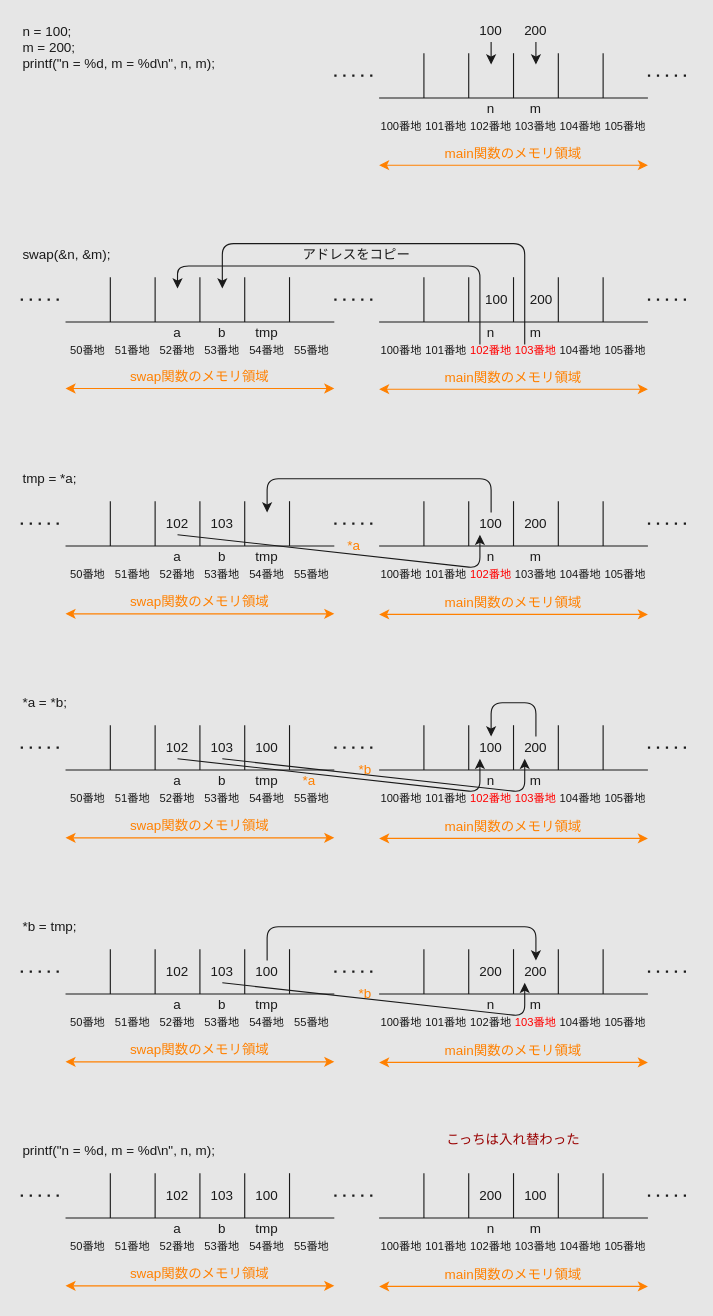
This is page "swap ref" (5 of 5) of src/pointer/index.drawio from tuatmcc/ClangWorkShop, a draw.io file, before an edit. Source tidied: cells renumbered, new cells numbered last; positions are measured from the earlier drawing's top-left corner, leaving out a move shared by most shapes. Both pictures are drawn from the tidied source at 112%, with x=0, y=0 at pixel (20, 19).
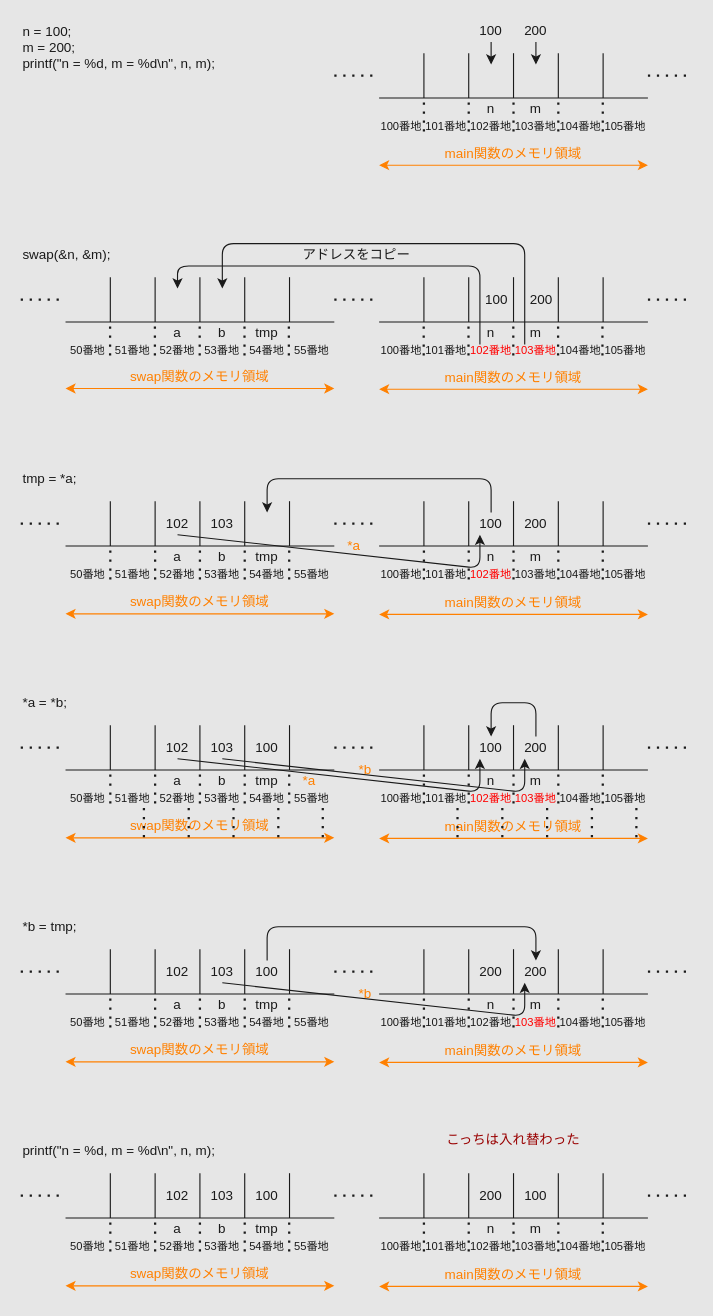
The same diagram, later.

Change to the diagram source:
```diff
@@
+    <mxCell id="246" style="endArrow=none;dashed=1;html=1;dashPattern=1 3;strokeWidth=2;strokeColor=#1A1A1A;fontColor=#FF0000;" parent="1" edge="1">
+      <mxGeometry relative="1" as="geometry">
+        <mxPoint x="360" y="700" as="sourcePoint" />
+        <mxPoint x="360" y="670" as="targetPoint" />
+      </mxGeometry>
+    </mxCell>
+    <mxCell id="247" style="endArrow=none;dashed=1;html=1;dashPattern=1 3;strokeWidth=2;strokeColor=#1A1A1A;fontColor=#FF0000;" parent="1" edge="1">
+      <mxGeometry relative="1" as="geometry">
+        <mxPoint x="400" y="700" as="sourcePoint" />
+        <mxPoint x="400" y="670" as="targetPoint" />
+      </mxGeometry>
+    </mxCell>
+    <mxCell id="248" style="endArrow=none;dashed=1;html=1;dashPattern=1 3;strokeWidth=2;strokeColor=#1A1A1A;fontColor=#FF0000;" parent="1" edge="1">
+      <mxGeometry relative="1" as="geometry">
+        <mxPoint x="440" y="700" as="sourcePoint" />
+        <mxPoint x="440" y="670" as="targetPoint" />
+      </mxGeometry>
+    </mxCell>
+    <mxCell id="249" style="endArrow=none;dashed=1;html=1;dashPattern=1 3;strokeWidth=2;strokeColor=#1A1A1A;fontColor=#FF0000;" parent="1" edge="1">
+      <mxGeometry relative="1" as="geometry">
+        <mxPoint x="480" y="700" as="sourcePoint" />
+        <mxPoint x="480" y="670" as="targetPoint" />
+      </mxGeometry>
+    </mxCell>
+    <mxCell id="250" style="endArrow=none;dashed=1;html=1;dashPattern=1 3;strokeWidth=2;strokeColor=#1A1A1A;fontColor=#FF0000;" parent="1" edge="1">
+      <mxGeometry relative="1" as="geometry">
+        <mxPoint x="519.7" y="700" as="sourcePoint" />
+        <mxPoint x="519.7" y="670" as="targetPoint" />
+      </mxGeometry>
+    </mxCell>
+    <mxCell id="251" style="endArrow=none;dashed=1;html=1;dashPattern=1 3;strokeWidth=2;strokeColor=#1A1A1A;fontColor=#FF0000;" parent="1" edge="1">
+      <mxGeometry relative="1" as="geometry">
+        <mxPoint x="80" y="700" as="sourcePoint" />
+        <mxPoint x="80" y="670" as="targetPoint" />
+      </mxGeometry>
+    </mxCell>
+    <mxCell id="252" style="endArrow=none;dashed=1;html=1;dashPattern=1 3;strokeWidth=2;strokeColor=#1A1A1A;fontColor=#FF0000;" parent="1" edge="1">
+      <mxGeometry relative="1" as="geometry">
+        <mxPoint x="120" y="700" as="sourcePoint" />
+        <mxPoint x="120" y="670" as="targetPoint" />
+      </mxGeometry>
+    </mxCell>
+    <mxCell id="253" style="endArrow=none;dashed=1;html=1;dashPattern=1 3;strokeWidth=2;strokeColor=#1A1A1A;fontColor=#FF0000;" parent="1" edge="1">
+      <mxGeometry relative="1" as="geometry">
+        <mxPoint x="160" y="700" as="sourcePoint" />
+        <mxPoint x="160" y="670" as="targetPoint" />
+      </mxGeometry>
+    </mxCell>
+    <mxCell id="254" style="endArrow=none;dashed=1;html=1;dashPattern=1 3;strokeWidth=2;strokeColor=#1A1A1A;fontColor=#FF0000;" parent="1" edge="1">
+      <mxGeometry relative="1" as="geometry">
+        <mxPoint x="200" y="700" as="sourcePoint" />
+        <mxPoint x="200" y="670" as="targetPoint" />
+      </mxGeometry>
+    </mxCell>
+    <mxCell id="255" style="endArrow=none;dashed=1;html=1;dashPattern=1 3;strokeWidth=2;strokeColor=#1A1A1A;fontColor=#FF0000;" parent="1" edge="1">
+      <mxGeometry relative="1" as="geometry">
+        <mxPoint x="239.7" y="700" as="sourcePoint" />
+        <mxPoint x="239.7" y="670" as="targetPoint" />
+      </mxGeometry>
+    </mxCell>
+    <mxCell id="256" style="endArrow=none;dashed=1;html=1;dashPattern=1 3;strokeWidth=2;strokeColor=#1A1A1A;fontColor=#FF0000;" parent="1" edge="1">
+      <mxGeometry relative="1" as="geometry">
+        <mxPoint x="360" y="900" as="sourcePoint" />
+        <mxPoint x="360" y="870" as="targetPoint" />
+      </mxGeometry>
+    </mxCell>
+    <mxCell id="257" style="endArrow=none;dashed=1;html=1;dashPattern=1 3;strokeWidth=2;strokeColor=#1A1A1A;fontColor=#FF0000;" parent="1" edge="1">
+      <mxGeometry relative="1" as="geometry">
+        <mxPoint x="400" y="900" as="sourcePoint" />
+        <mxPoint x="400" y="870" as="targetPoint" />
+      </mxGeometry>
+    </mxCell>
+    <mxCell id="258" style="endArrow=none;dashed=1;html=1;dashPattern=1 3;strokeWidth=2;strokeColor=#1A1A1A;fontColor=#FF0000;" parent="1" edge="1">
+      <mxGeometry relative="1" as="geometry">
+        <mxPoint x="440" y="900" as="sourcePoint" />
+        <mxPoint x="440" y="870" as="targetPoint" />
+      </mxGeometry>
+    </mxCell>
+    <mxCell id="259" style="endArrow=none;dashed=1;html=1;dashPattern=1 3;strokeWidth=2;strokeColor=#1A1A1A;fontColor=#FF0000;" parent="1" edge="1">
+      <mxGeometry relative="1" as="geometry">
+        <mxPoint x="480" y="900" as="sourcePoint" />
+        <mxPoint x="480" y="870" as="targetPoint" />
+      </mxGeometry>
+    </mxCell>
+    <mxCell id="260" style="endArrow=none;dashed=1;html=1;dashPattern=1 3;strokeWidth=2;strokeColor=#1A1A1A;fontColor=#FF0000;" parent="1" edge="1">
+      <mxGeometry relative="1" as="geometry">
+        <mxPoint x="519.7" y="900" as="sourcePoint" />
+        <mxPoint x="519.7" y="870" as="targetPoint" />
+      </mxGeometry>
+    </mxCell>
+    <mxCell id="261" style="endArrow=none;dashed=1;html=1;dashPattern=1 3;strokeWidth=2;strokeColor=#1A1A1A;fontColor=#FF0000;" parent="1" edge="1">
+      <mxGeometry relative="1" as="geometry">
+        <mxPoint x="80" y="900" as="sourcePoint" />
+        <mxPoint x="80" y="870" as="targetPoint" />
+      </mxGeometry>
+    </mxCell>
+    <mxCell id="262" style="endArrow=none;dashed=1;html=1;dashPattern=1 3;strokeWidth=2;strokeColor=#1A1A1A;fontColor=#FF0000;" parent="1" edge="1">
+      <mxGeometry relative="1" as="geometry">
+        <mxPoint x="120" y="900" as="sourcePoint" />
+        <mxPoint x="120" y="870" as="targetPoint" />
+      </mxGeometry>
+    </mxCell>
+    <mxCell id="263" style="endArrow=none;dashed=1;html=1;dashPattern=1 3;strokeWidth=2;strokeColor=#1A1A1A;fontColor=#FF0000;" parent="1" edge="1">
+      <mxGeometry relative="1" as="geometry">
+        <mxPoint x="160" y="900" as="sourcePoint" />
+        <mxPoint x="160" y="870" as="targetPoint" />
+      </mxGeometry>
+    </mxCell>
+    <mxCell id="264" style="endArrow=none;dashed=1;html=1;dashPattern=1 3;strokeWidth=2;strokeColor=#1A1A1A;fontColor=#FF0000;" parent="1" edge="1">
+      <mxGeometry relative="1" as="geometry">
+        <mxPoint x="200" y="900" as="sourcePoint" />
+        <mxPoint x="200" y="870" as="targetPoint" />
+      </mxGeometry>
+    </mxCell>
+    <mxCell id="265" style="endArrow=none;dashed=1;html=1;dashPattern=1 3;strokeWidth=2;strokeColor=#1A1A1A;fontColor=#FF0000;" parent="1" edge="1">
+      <mxGeometry relative="1" as="geometry">
+        <mxPoint x="239.7" y="900" as="sourcePoint" />
+        <mxPoint x="239.7" y="870" as="targetPoint" />
+      </mxGeometry>
+    </mxCell>
+    <mxCell id="266" style="endArrow=none;dashed=1;html=1;dashPattern=1 3;strokeWidth=2;strokeColor=#1A1A1A;fontColor=#FF0000;" parent="1" edge="1">
+      <mxGeometry relative="1" as="geometry">
+        <mxPoint x="360" y="1100" as="sourcePoint" />
+        <mxPoint x="360" y="1070" as="targetPoint" />
+      </mxGeometry>
+    </mxCell>
+    <mxCell id="267" style="endArrow=none;dashed=1;html=1;dashPattern=1 3;strokeWidth=2;strokeColor=#1A1A1A;fontColor=#FF0000;" parent="1" edge="1">
+      <mxGeometry relative="1" as="geometry">
+        <mxPoint x="400" y="1100" as="sourcePoint" />
+        <mxPoint x="400" y="1070" as="targetPoint" />
+      </mxGeometry>
+    </mxCell>
+    <mxCell id="268" style="endArrow=none;dashed=1;html=1;dashPattern=1 3;strokeWidth=2;strokeColor=#1A1A1A;fontColor=#FF0000;" parent="1" edge="1">
+      <mxGeometry relative="1" as="geometry">
+        <mxPoint x="440" y="1100" as="sourcePoint" />
+        <mxPoint x="440" y="1070" as="targetPoint" />
+      </mxGeometry>
+    </mxCell>
+    <mxCell id="269" style="endArrow=none;dashed=1;html=1;dashPattern=1 3;strokeWidth=2;strokeColor=#1A1A1A;fontColor=#FF0000;" parent="1" edge="1">
+      <mxGeometry relative="1" as="geometry">
+        <mxPoint x="480" y="1100" as="sourcePoint" />
+        <mxPoint x="480" y="1070" as="targetPoint" />
+      </mxGeometry>
+    </mxCell>
+    <mxCell id="270" style="endArrow=none;dashed=1;html=1;dashPattern=1 3;strokeWidth=2;strokeColor=#1A1A1A;fontColor=#FF0000;" parent="1" edge="1">
+      <mxGeometry relative="1" as="geometry">
+        <mxPoint x="519.7" y="1100" as="sourcePoint" />
+        <mxPoint x="519.7" y="1070" as="targetPoint" />
+      </mxGeometry>
+    </mxCell>
+    <mxCell id="271" style="endArrow=none;dashed=1;html=1;dashPattern=1 3;strokeWidth=2;strokeColor=#1A1A1A;fontColor=#FF0000;" parent="1" edge="1">
+      <mxGeometry relative="1" as="geometry">
+        <mxPoint x="80" y="1100" as="sourcePoint" />
+        <mxPoint x="80" y="1070" as="targetPoint" />
+      </mxGeometry>
+    </mxCell>
+    <mxCell id="272" style="endArrow=none;dashed=1;html=1;dashPattern=1 3;strokeWidth=2;strokeColor=#1A1A1A;fontColor=#FF0000;" parent="1" edge="1">
+      <mxGeometry relative="1" as="geometry">
+        <mxPoint x="120" y="1100" as="sourcePoint" />
+        <mxPoint x="120" y="1070" as="targetPoint" />
+      </mxGeometry>
+    </mxCell>
+    <mxCell id="273" style="endArrow=none;dashed=1;html=1;dashPattern=1 3;strokeWidth=2;strokeColor=#1A1A1A;fontColor=#FF0000;" parent="1" edge="1">
+      <mxGeometry relative="1" as="geometry">
+        <mxPoint x="160" y="1100" as="sourcePoint" />
+        <mxPoint x="160" y="1070" as="targetPoint" />
+      </mxGeometry>
+    </mxCell>
+    <mxCell id="274" style="endArrow=none;dashed=1;html=1;dashPattern=1 3;strokeWidth=2;strokeColor=#1A1A1A;fontColor=#FF0000;" parent="1" edge="1">
+      <mxGeometry relative="1" as="geometry">
+        <mxPoint x="200" y="1100" as="sourcePoint" />
+        <mxPoint x="200" y="1070" as="targetPoint" />
+      </mxGeometry>
+    </mxCell>
+    <mxCell id="275" style="endArrow=none;dashed=1;html=1;dashPattern=1 3;strokeWidth=2;strokeColor=#1A1A1A;fontColor=#FF0000;" parent="1" edge="1">
+      <mxGeometry relative="1" as="geometry">
+        <mxPoint x="239.7" y="1100" as="sourcePoint" />
+        <mxPoint x="239.7" y="1070" as="targetPoint" />
+      </mxGeometry>
+    </mxCell>
+    <mxCell id="276" style="endArrow=none;dashed=1;html=1;dashPattern=1 3;strokeWidth=2;strokeColor=#1A1A1A;fontColor=#FF0000;" parent="1" edge="1">
+      <mxGeometry relative="1" as="geometry">
+        <mxPoint x="390" y="730" as="sourcePoint" />
+        <mxPoint x="390" y="700" as="targetPoint" />
+      </mxGeometry>
+    </mxCell>
+    <mxCell id="277" style="endArrow=none;dashed=1;html=1;dashPattern=1 3;strokeWidth=2;strokeColor=#1A1A1A;fontColor=#FF0000;" parent="1" edge="1">
+      <mxGeometry relative="1" as="geometry">
+        <mxPoint x="430" y="730" as="sourcePoint" />
+        <mxPoint x="430" y="700" as="targetPoint" />
+      </mxGeometry>
+    </mxCell>
+    <mxCell id="278" style="endArrow=none;dashed=1;html=1;dashPattern=1 3;strokeWidth=2;strokeColor=#1A1A1A;fontColor=#FF0000;" parent="1" edge="1">
+      <mxGeometry relative="1" as="geometry">
+        <mxPoint x="470" y="730" as="sourcePoint" />
+        <mxPoint x="470" y="700" as="targetPoint" />
+      </mxGeometry>
+    </mxCell>
+    <mxCell id="279" style="endArrow=none;dashed=1;html=1;dashPattern=1 3;strokeWidth=2;strokeColor=#1A1A1A;fontColor=#FF0000;" parent="1" edge="1">
+      <mxGeometry relative="1" as="geometry">
+        <mxPoint x="510" y="730" as="sourcePoint" />
+        <mxPoint x="510" y="700" as="targetPoint" />
+      </mxGeometry>
+    </mxCell>
+    <mxCell id="280" style="endArrow=none;dashed=1;html=1;dashPattern=1 3;strokeWidth=2;strokeColor=#1A1A1A;fontColor=#FF0000;" parent="1" edge="1">
+      <mxGeometry relative="1" as="geometry">
+        <mxPoint x="549.7" y="730" as="sourcePoint" />
+        <mxPoint x="549.7" y="700" as="targetPoint" />
+      </mxGeometry>
+    </mxCell>
+    <mxCell id="281" style="endArrow=none;dashed=1;html=1;dashPattern=1 3;strokeWidth=2;strokeColor=#1A1A1A;fontColor=#FF0000;" parent="1" edge="1">
+      <mxGeometry relative="1" as="geometry">
+        <mxPoint x="110" y="730" as="sourcePoint" />
+        <mxPoint x="110" y="700" as="targetPoint" />
+      </mxGeometry>
+    </mxCell>
+    <mxCell id="282" style="endArrow=none;dashed=1;html=1;dashPattern=1 3;strokeWidth=2;strokeColor=#1A1A1A;fontColor=#FF0000;" parent="1" edge="1">
+      <mxGeometry relative="1" as="geometry">
+        <mxPoint x="150" y="730" as="sourcePoint" />
+        <mxPoint x="150" y="700" as="targetPoint" />
+      </mxGeometry>
+    </mxCell>
+    <mxCell id="283" style="endArrow=none;dashed=1;html=1;dashPattern=1 3;strokeWidth=2;strokeColor=#1A1A1A;fontColor=#FF0000;" parent="1" edge="1">
+      <mxGeometry relative="1" as="geometry">
+        <mxPoint x="190" y="730" as="sourcePoint" />
+        <mxPoint x="190" y="700" as="targetPoint" />
+      </mxGeometry>
+    </mxCell>
+    <mxCell id="284" style="endArrow=none;dashed=1;html=1;dashPattern=1 3;strokeWidth=2;strokeColor=#1A1A1A;fontColor=#FF0000;" parent="1" edge="1">
+      <mxGeometry relative="1" as="geometry">
+        <mxPoint x="230" y="730" as="sourcePoint" />
+        <mxPoint x="230" y="700" as="targetPoint" />
+      </mxGeometry>
+    </mxCell>
+    <mxCell id="285" style="endArrow=none;dashed=1;html=1;dashPattern=1 3;strokeWidth=2;strokeColor=#1A1A1A;fontColor=#FF0000;" parent="1" edge="1">
+      <mxGeometry relative="1" as="geometry">
+        <mxPoint x="269.7" y="730" as="sourcePoint" />
+        <mxPoint x="269.7" y="700" as="targetPoint" />
+      </mxGeometry>
+    </mxCell>
+    <mxCell id="286" style="endArrow=none;dashed=1;html=1;dashPattern=1 3;strokeWidth=2;strokeColor=#1A1A1A;fontColor=#FF0000;" parent="1" edge="1">
+      <mxGeometry relative="1" as="geometry">
+        <mxPoint x="360" y="500" as="sourcePoint" />
+        <mxPoint x="360" y="470" as="targetPoint" />
+      </mxGeometry>
+    </mxCell>
+    <mxCell id="287" style="endArrow=none;dashed=1;html=1;dashPattern=1 3;strokeWidth=2;strokeColor=#1A1A1A;fontColor=#FF0000;" parent="1" edge="1">
+      <mxGeometry relative="1" as="geometry">
+        <mxPoint x="400" y="500" as="sourcePoint" />
+        <mxPoint x="400" y="470" as="targetPoint" />
+      </mxGeometry>
+    </mxCell>
+    <mxCell id="288" style="endArrow=none;dashed=1;html=1;dashPattern=1 3;strokeWidth=2;strokeColor=#1A1A1A;fontColor=#FF0000;" parent="1" edge="1">
+      <mxGeometry relative="1" as="geometry">
+        <mxPoint x="440" y="500" as="sourcePoint" />
+        <mxPoint x="440" y="470" as="targetPoint" />
+      </mxGeometry>
+    </mxCell>
+    <mxCell id="289" style="endArrow=none;dashed=1;html=1;dashPattern=1 3;strokeWidth=2;strokeColor=#1A1A1A;fontColor=#FF0000;" parent="1" edge="1">
+      <mxGeometry relative="1" as="geometry">
+        <mxPoint x="480" y="500" as="sourcePoint" />
+        <mxPoint x="480" y="470" as="targetPoint" />
+      </mxGeometry>
+    </mxCell>
+    <mxCell id="290" style="endArrow=none;dashed=1;html=1;dashPattern=1 3;strokeWidth=2;strokeColor=#1A1A1A;fontColor=#FF0000;" parent="1" edge="1">
+      <mxGeometry relative="1" as="geometry">
+        <mxPoint x="519.7" y="500" as="sourcePoint" />
+        <mxPoint x="519.7" y="470" as="targetPoint" />
+      </mxGeometry>
+    </mxCell>
+    <mxCell id="291" style="endArrow=none;dashed=1;html=1;dashPattern=1 3;strokeWidth=2;strokeColor=#1A1A1A;fontColor=#FF0000;" parent="1" edge="1">
+      <mxGeometry relative="1" as="geometry">
+        <mxPoint x="80" y="500" as="sourcePoint" />
+        <mxPoint x="80" y="470" as="targetPoint" />
+      </mxGeometry>
+    </mxCell>
+    <mxCell id="292" style="endArrow=none;dashed=1;html=1;dashPattern=1 3;strokeWidth=2;strokeColor=#1A1A1A;fontColor=#FF0000;" parent="1" edge="1">
+      <mxGeometry relative="1" as="geometry">
+        <mxPoint x="120" y="500" as="sourcePoint" />
+        <mxPoint x="120" y="470" as="targetPoint" />
+      </mxGeometry>
+    </mxCell>
+    <mxCell id="293" style="endArrow=none;dashed=1;html=1;dashPattern=1 3;strokeWidth=2;strokeColor=#1A1A1A;fontColor=#FF0000;" parent="1" edge="1">
+      <mxGeometry relative="1" as="geometry">
+        <mxPoint x="160" y="500" as="sourcePoint" />
+        <mxPoint x="160" y="470" as="targetPoint" />
+      </mxGeometry>
+    </mxCell>
+    <mxCell id="294" style="endArrow=none;dashed=1;html=1;dashPattern=1 3;strokeWidth=2;strokeColor=#1A1A1A;fontColor=#FF0000;" parent="1" edge="1">
+      <mxGeometry relative="1" as="geometry">
+        <mxPoint x="200" y="500" as="sourcePoint" />
+        <mxPoint x="200" y="470" as="targetPoint" />
+      </mxGeometry>
+    </mxCell>
+    <mxCell id="295" style="endArrow=none;dashed=1;html=1;dashPattern=1 3;strokeWidth=2;strokeColor=#1A1A1A;fontColor=#FF0000;" parent="1" edge="1">
+      <mxGeometry relative="1" as="geometry">
+        <mxPoint x="239.7" y="500" as="sourcePoint" />
+        <mxPoint x="239.7" y="470" as="targetPoint" />
+      </mxGeometry>
+    </mxCell>
+    <mxCell id="296" style="endArrow=none;dashed=1;html=1;dashPattern=1 3;strokeWidth=2;strokeColor=#1A1A1A;fontColor=#FF0000;" parent="1" edge="1">
+      <mxGeometry relative="1" as="geometry">
+        <mxPoint x="359.8" y="300" as="sourcePoint" />
+        <mxPoint x="359.8" y="270" as="targetPoint" />
+      </mxGeometry>
+    </mxCell>
+    <mxCell id="297" style="endArrow=none;dashed=1;html=1;dashPattern=1 3;strokeWidth=2;strokeColor=#1A1A1A;fontColor=#FF0000;" parent="1" edge="1">
+      <mxGeometry relative="1" as="geometry">
+        <mxPoint x="399.8" y="300" as="sourcePoint" />
+        <mxPoint x="399.8" y="270" as="targetPoint" />
+      </mxGeometry>
+    </mxCell>
+    <mxCell id="298" style="endArrow=none;dashed=1;html=1;dashPattern=1 3;strokeWidth=2;strokeColor=#1A1A1A;fontColor=#FF0000;" parent="1" edge="1">
+      <mxGeometry relative="1" as="geometry">
+        <mxPoint x="439.8" y="300" as="sourcePoint" />
+        <mxPoint x="439.8" y="270" as="targetPoint" />
+      </mxGeometry>
+    </mxCell>
+    <mxCell id="299" style="endArrow=none;dashed=1;html=1;dashPattern=1 3;strokeWidth=2;strokeColor=#1A1A1A;fontColor=#FF0000;" parent="1" edge="1">
+      <mxGeometry relative="1" as="geometry">
+        <mxPoint x="479.8" y="300" as="sourcePoint" />
+        <mxPoint x="479.8" y="270" as="targetPoint" />
+      </mxGeometry>
+    </mxCell>
+    <mxCell id="300" style="endArrow=none;dashed=1;html=1;dashPattern=1 3;strokeWidth=2;strokeColor=#1A1A1A;fontColor=#FF0000;" parent="1" edge="1">
+      <mxGeometry relative="1" as="geometry">
+        <mxPoint x="519.4" y="300" as="sourcePoint" />
+        <mxPoint x="519.4" y="270" as="targetPoint" />
+      </mxGeometry>
+    </mxCell>
+    <mxCell id="301" style="endArrow=none;dashed=1;html=1;dashPattern=1 3;strokeWidth=2;strokeColor=#1A1A1A;fontColor=#FF0000;" parent="1" edge="1">
+      <mxGeometry relative="1" as="geometry">
+        <mxPoint x="79.8" y="300" as="sourcePoint" />
+        <mxPoint x="79.8" y="270" as="targetPoint" />
+      </mxGeometry>
+    </mxCell>
+    <mxCell id="302" style="endArrow=none;dashed=1;html=1;dashPattern=1 3;strokeWidth=2;strokeColor=#1A1A1A;fontColor=#FF0000;" parent="1" edge="1">
+      <mxGeometry relative="1" as="geometry">
+        <mxPoint x="119.8" y="300" as="sourcePoint" />
+        <mxPoint x="119.8" y="270" as="targetPoint" />
+      </mxGeometry>
+    </mxCell>
+    <mxCell id="303" style="endArrow=none;dashed=1;html=1;dashPattern=1 3;strokeWidth=2;strokeColor=#1A1A1A;fontColor=#FF0000;" parent="1" edge="1">
+      <mxGeometry relative="1" as="geometry">
+        <mxPoint x="159.8" y="300" as="sourcePoint" />
+        <mxPoint x="159.8" y="270" as="targetPoint" />
+      </mxGeometry>
+    </mxCell>
+    <mxCell id="304" style="endArrow=none;dashed=1;html=1;dashPattern=1 3;strokeWidth=2;strokeColor=#1A1A1A;fontColor=#FF0000;" parent="1" edge="1">
+      <mxGeometry relative="1" as="geometry">
+        <mxPoint x="199.8" y="300" as="sourcePoint" />
+        <mxPoint x="199.8" y="270" as="targetPoint" />
+      </mxGeometry>
+    </mxCell>
+    <mxCell id="305" style="endArrow=none;dashed=1;html=1;dashPattern=1 3;strokeWidth=2;strokeColor=#1A1A1A;fontColor=#FF0000;" parent="1" edge="1">
+      <mxGeometry relative="1" as="geometry">
+        <mxPoint x="239.4" y="300" as="sourcePoint" />
+        <mxPoint x="239.4" y="270" as="targetPoint" />
+      </mxGeometry>
+    </mxCell>
+    <mxCell id="306" style="endArrow=none;dashed=1;html=1;dashPattern=1 3;strokeWidth=2;strokeColor=#1A1A1A;fontColor=#FF0000;" parent="1" edge="1">
+      <mxGeometry relative="1" as="geometry">
+        <mxPoint x="360" y="100" as="sourcePoint" />
+        <mxPoint x="360" y="70" as="targetPoint" />
+      </mxGeometry>
+    </mxCell>
+    <mxCell id="307" style="endArrow=none;dashed=1;html=1;dashPattern=1 3;strokeWidth=2;strokeColor=#1A1A1A;fontColor=#FF0000;" parent="1" edge="1">
+      <mxGeometry relative="1" as="geometry">
+        <mxPoint x="400" y="100" as="sourcePoint" />
+        <mxPoint x="400" y="70" as="targetPoint" />
+      </mxGeometry>
+    </mxCell>
+    <mxCell id="308" style="endArrow=none;dashed=1;html=1;dashPattern=1 3;strokeWidth=2;strokeColor=#1A1A1A;fontColor=#FF0000;" parent="1" edge="1">
+      <mxGeometry relative="1" as="geometry">
+        <mxPoint x="440" y="100" as="sourcePoint" />
+        <mxPoint x="440" y="70" as="targetPoint" />
+      </mxGeometry>
+    </mxCell>
+    <mxCell id="309" style="endArrow=none;dashed=1;html=1;dashPattern=1 3;strokeWidth=2;strokeColor=#1A1A1A;fontColor=#FF0000;" parent="1" edge="1">
+      <mxGeometry relative="1" as="geometry">
+        <mxPoint x="480" y="100" as="sourcePoint" />
+        <mxPoint x="480" y="70" as="targetPoint" />
+      </mxGeometry>
+    </mxCell>
+    <mxCell id="310" style="endArrow=none;dashed=1;html=1;dashPattern=1 3;strokeWidth=2;strokeColor=#1A1A1A;fontColor=#FF0000;" parent="1" edge="1">
+      <mxGeometry relative="1" as="geometry">
+        <mxPoint x="519.7" y="100" as="sourcePoint" />
+        <mxPoint x="519.7" y="70" as="targetPoint" />
+      </mxGeometry>
+    </mxCell>
```
